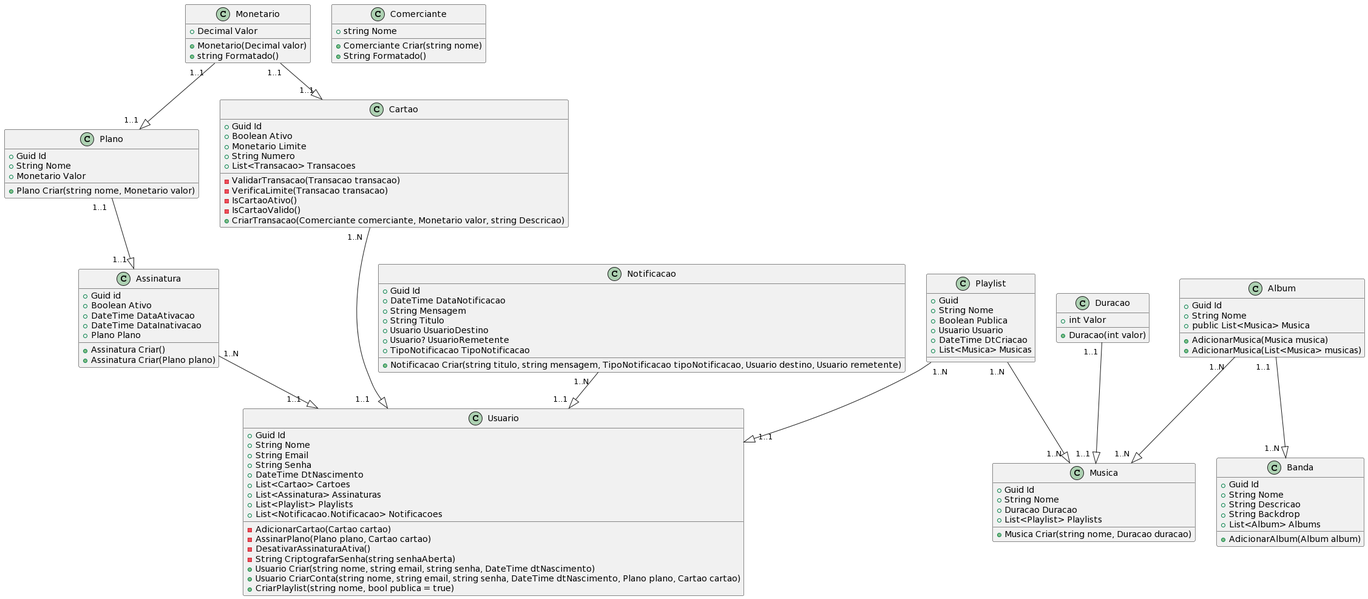
Earlier version of the PlantUML export Diagramas/DiagramaClasses.png (maxuel82/SpotifyMs).
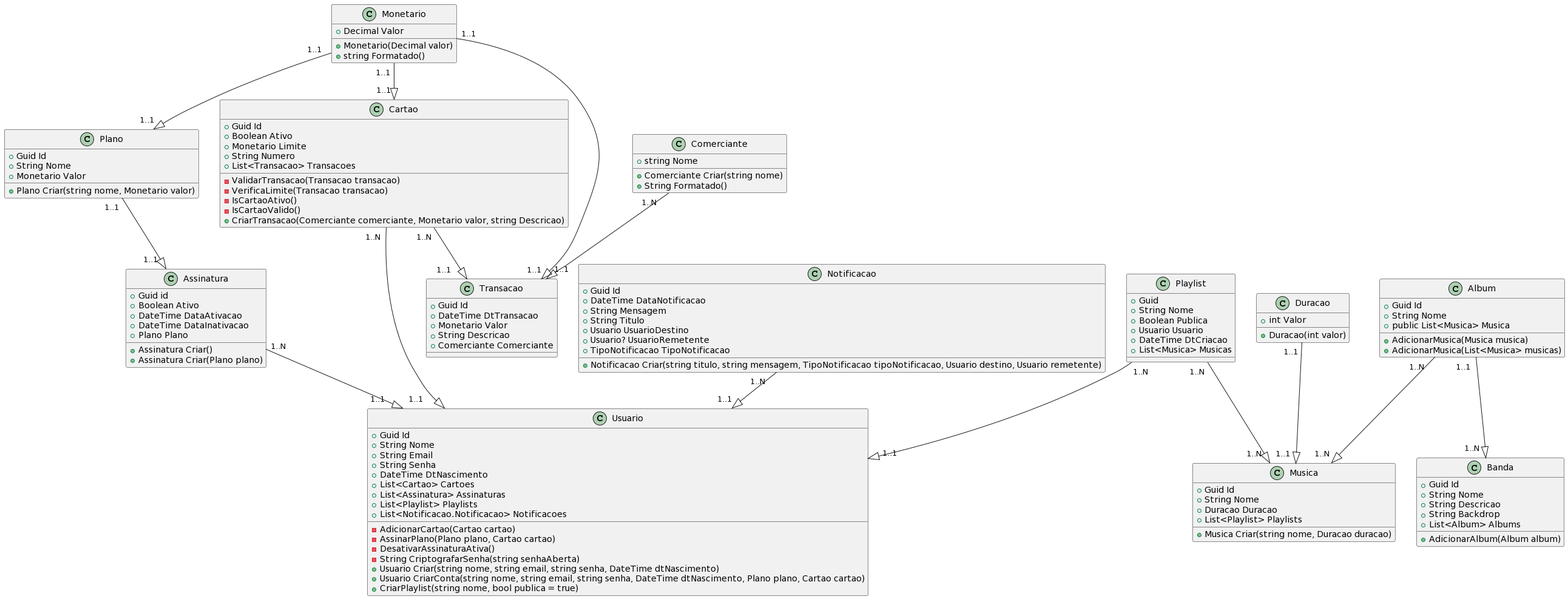
The same diagram one commit later.

Commit message:
Alterações no diagrama de classe: - Incluindo classe transação no diagrama de classes - Incluindo os relacionamentos transação com cartão, transação com comerciante, transação com Monetario.

Atualizando a imagem com as alterações realizadas.

Change to the diagram source:
```diff
@@ -94,6 +94,18 @@
 Monetario "1..1 " --|>  "1..1 " Cartao
 Cartao "1..N  " --|>  "1..1     " Usuario
 
+class Transacao
+{
+  + Guid Id
+  + DateTime DtTransacao
+  + Monetario Valor
+  + String Descricao
+  + Comerciante Comerciante
+}
+Monetario "1..1  " --|>  "1..1  " Transacao
+Comerciante "1..N  " --|>  "1..1     " Transacao
+Cartao "1..N  " --|>  "1..1     " Transacao
+
 class Playlist
  {
    + Guid
```
